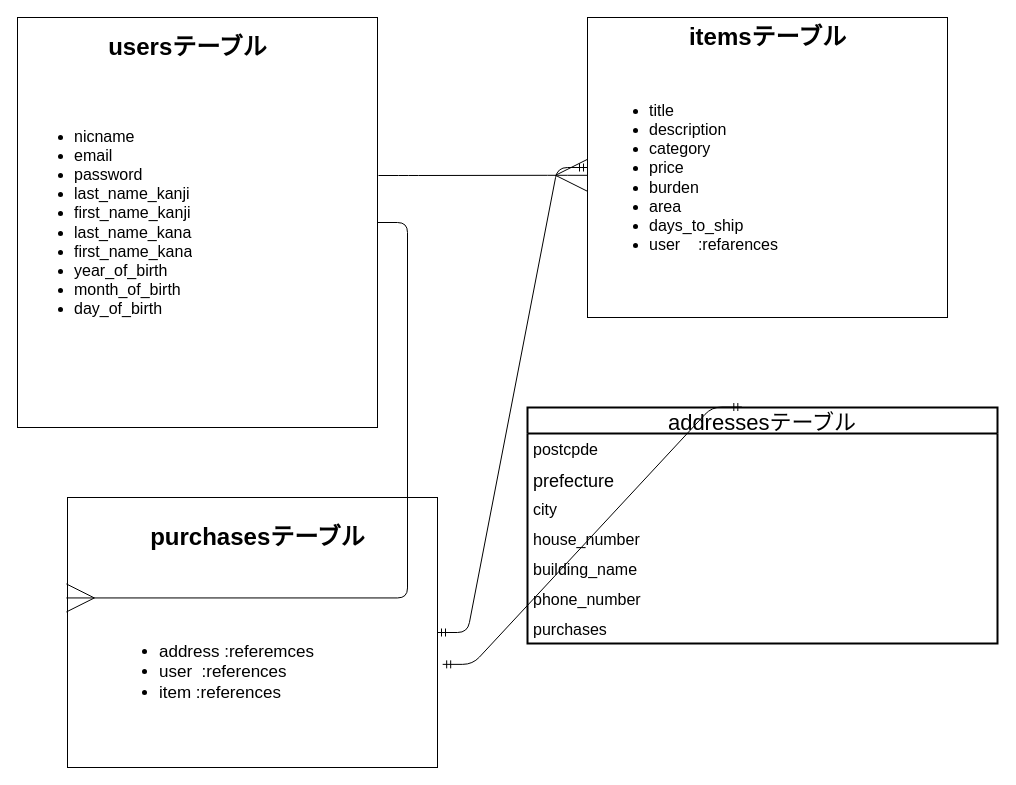
Earlier version of the draw.io diagram furima-30615.dio (k-suke555/furima-30615). Source tidied: cells renumbered, new cells numbered last; positions are measured from the earlier drawing's top-left corner, leaving out a move shared by most shapes. Both pictures are drawn from the tidied source at 100%, with x=0, y=0 at pixel (17, 17).
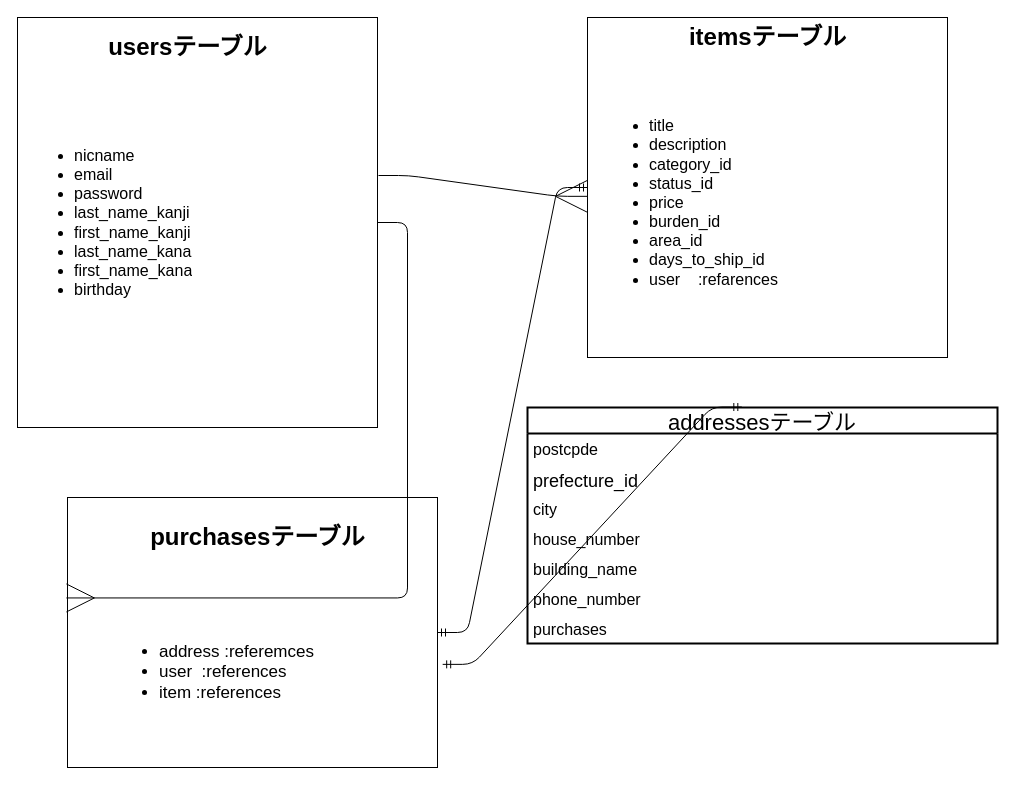
Above is the later version.

Commit message (it also covers changes not shown here):
商品の状態追加、active_hashのためのカラム_id修正

Unchanged cells that the change refers to:
```xml
<mxCell id="15" value="addressesテーブル" style="swimlane;fontStyle=0;horizontal=1;startSize=26;align=center;fontSize=22;rounded=0;sketch=0;fillColor=none;strokeWidth=2;" parent="1" vertex="1">
  <mxGeometry x="510" y="390" width="470" height="236" as="geometry" />
</mxCell>
```

The edit, as a diff of the source:
```diff
@@
-    <mxCell id="4" value="&lt;ul style=&quot;font-size: 16px&quot;&gt;&lt;li&gt;nicname&lt;/li&gt;&lt;li&gt;email&lt;/li&gt;&lt;li&gt;password&lt;/li&gt;&lt;li&gt;last_name_kanji&lt;/li&gt;&lt;li&gt;first_name_kanji&lt;/li&gt;&lt;li&gt;last_name_kana&lt;/li&gt;&lt;li&gt;first_name_kana&lt;/li&gt;&lt;li&gt;year_of_birth&lt;/li&gt;&lt;li&gt;month_of_birth&lt;/li&gt;&lt;li&gt;day_of_birth&lt;/li&gt;&lt;/ul&gt;" style="text;strokeColor=none;fillColor=none;html=1;whiteSpace=wrap;verticalAlign=middle;overflow=hidden;rounded=0;sketch=0;" parent="1" vertex="1">
+    <mxCell id="4" value="&lt;ul style=&quot;font-size: 16px&quot;&gt;&lt;li&gt;nicname&lt;/li&gt;&lt;li&gt;email&lt;/li&gt;&lt;li&gt;password&lt;/li&gt;&lt;li&gt;last_name_kanji&lt;/li&gt;&lt;li&gt;first_name_kanji&lt;/li&gt;&lt;li&gt;last_name_kana&lt;/li&gt;&lt;li&gt;first_name_kana&lt;/li&gt;&lt;li&gt;birthday&lt;/li&gt;&lt;/ul&gt;" style="text;strokeColor=none;fillColor=none;html=1;whiteSpace=wrap;verticalAlign=middle;overflow=hidden;rounded=0;sketch=0;" parent="1" vertex="1">
       <mxGeometry x="15" y="50" width="310" height="310" as="geometry" />
     </mxCell>
     <mxCell id="5" style="rounded=0;whiteSpace=wrap;html=1;sketch=0;fillColor=none;" parent="1" vertex="1">
-      <mxGeometry x="570" width="360" height="300" as="geometry" />
+      <mxGeometry x="570" width="360" height="340" as="geometry" />
     </mxCell>
@@
-    <mxCell id="7" value="&lt;ul style=&quot;font-size: 16px&quot;&gt;&lt;li&gt;title&lt;/li&gt;&lt;li&gt;description&lt;/li&gt;&lt;li&gt;category&lt;/li&gt;&lt;li&gt;price&lt;/li&gt;&lt;li&gt;burden&lt;/li&gt;&lt;li&gt;area&lt;/li&gt;&lt;li&gt;days_to_ship&lt;/li&gt;&lt;li&gt;user&amp;nbsp; &amp;nbsp; :refarences&amp;nbsp;&amp;nbsp;&lt;/li&gt;&lt;/ul&gt;" style="text;strokeColor=none;fillColor=none;html=1;whiteSpace=wrap;verticalAlign=middle;overflow=hidden;rounded=0;sketch=0;" parent="1" vertex="1">
-      <mxGeometry x="590" y="50" width="320" height="220" as="geometry" />
+    <mxCell id="7" value="&lt;ul style=&quot;font-size: 16px&quot;&gt;&lt;li&gt;title&lt;/li&gt;&lt;li&gt;description&lt;/li&gt;&lt;li&gt;category_id&lt;/li&gt;&lt;li&gt;status_id&lt;/li&gt;&lt;li&gt;price&lt;/li&gt;&lt;li&gt;burden_id&lt;/li&gt;&lt;li&gt;area_id&lt;/li&gt;&lt;li&gt;days_to_ship_id&lt;/li&gt;&lt;li&gt;user&amp;nbsp; &amp;nbsp; :refarences&amp;nbsp;&amp;nbsp;&lt;/li&gt;&lt;/ul&gt;" style="text;strokeColor=none;fillColor=none;html=1;whiteSpace=wrap;verticalAlign=middle;overflow=hidden;rounded=0;sketch=0;" parent="1" vertex="1">
+      <mxGeometry x="590" y="50" width="320" height="270" as="geometry" />
     </mxCell>
@@
-    <mxCell id="17" value="prefecture" style="text;strokeColor=none;fillColor=none;spacingLeft=4;spacingRight=4;overflow=hidden;fontSize=18;" parent="15" vertex="1">
+    <mxCell id="17" value="prefecture_id" style="text;strokeColor=none;fillColor=none;spacingLeft=4;spacingRight=4;overflow=hidden;fontSize=18;" parent="15" vertex="1">
       <mxGeometry y="56" width="470" height="30" as="geometry" />
     </mxCell>
```
